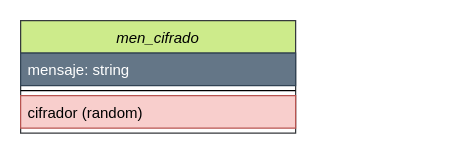
This is Puzzles.drawio from Alfonso18Feb/Classes-POO.Ind1, a draw.io file, before an edit. Source tidied: cells renumbered, new cells numbered last; positions are measured from the earlier drawing's top-left corner, leaving out a move shared by most shapes. Both pictures are drawn from the tidied source at 125%, with x=0, y=0 at pixel (20, 20).
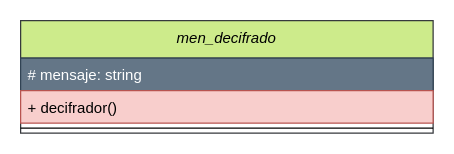
The same page after the edit.

Diff of the diagram source:
```diff
@@
 <mxGraphModel>
   <root>
     <mxCell id="0" />
     <mxCell id="1" parent="0" />
-    <mxCell id="2" style="edgeStyle=orthogonalEdgeStyle;rounded=0;jettySize=auto;html=1;exitX=1;exitY=1;exitDx=0;exitDy=0;" parent="1" edge="1" source="3">
-      <mxGeometry relative="1" as="geometry">
-        <mxPoint x="219.8" y="90.2" as="targetPoint" />
-      </mxGeometry>
-    </mxCell>
-    <mxCell id="3" value="men_cifrado" style="swimlane;fontStyle=2;align=center;verticalAlign=top;horizontal=1;startSize=26;rounded=0;shadow=0;strokeWidth=1;fillColor=#cdeb8b;strokeColor=#36393d;" parent="1" vertex="1">
-      <mxGeometry width="220" height="90" as="geometry" />
+    <mxCell id="3" value="men_decifrado" style="swimlane;fontStyle=2;align=center;verticalAlign=top;horizontal=1;startSize=30;rounded=0;shadow=0;strokeWidth=1;fillColor=#cdeb8b;strokeColor=#36393d;" parent="1" vertex="1">
+      <mxGeometry width="330" height="90" as="geometry" />
     </mxCell>
-    <mxCell id="4" value="mensaje: string" style="text;align=left;verticalAlign=top;spacingLeft=4;spacingRight=4;overflow=hidden;fillColor=#647687;fontColor=#ffffff;strokeColor=#314354;" parent="3" vertex="1">
-      <mxGeometry y="26" width="220" height="26" as="geometry" />
+    <mxCell id="4" value="# mensaje: string" style="text;align=left;verticalAlign=top;spacingLeft=4;spacingRight=4;overflow=hidden;fillColor=#647687;fontColor=#ffffff;strokeColor=#314354;" parent="3" vertex="1">
+      <mxGeometry y="30" width="330" height="26" as="geometry" />
     </mxCell>
+    <mxCell id="6" value="+ decifrador()" style="text;align=left;verticalAlign=top;spacingLeft=4;spacingRight=4;overflow=hidden;rounded=0;shadow=0;html=0;fillColor=#f8cecc;strokeColor=#b85450;" parent="3" vertex="1">
+      <mxGeometry y="56" width="330" height="26" as="geometry" />
+    </mxCell>
     <mxCell id="5" style="line;html=1;strokeWidth=1;align=left;verticalAlign=middle;spacingTop=-1;spacingLeft=3;spacingRight=3;labelPosition=right;" parent="3" vertex="1">
-      <mxGeometry y="52" width="220" height="8" as="geometry" />
+      <mxGeometry y="82" width="330" height="8" as="geometry" />
     </mxCell>
-    <mxCell id="6" value="cifrador (random)" style="text;align=left;verticalAlign=top;spacingLeft=4;spacingRight=4;overflow=hidden;rounded=0;shadow=0;html=0;fillColor=#f8cecc;strokeColor=#b85450;" parent="3" vertex="1">
-      <mxGeometry y="60" width="220" height="26" as="geometry" />
-    </mxCell>
   </root>
 </mxGraphModel>
```
